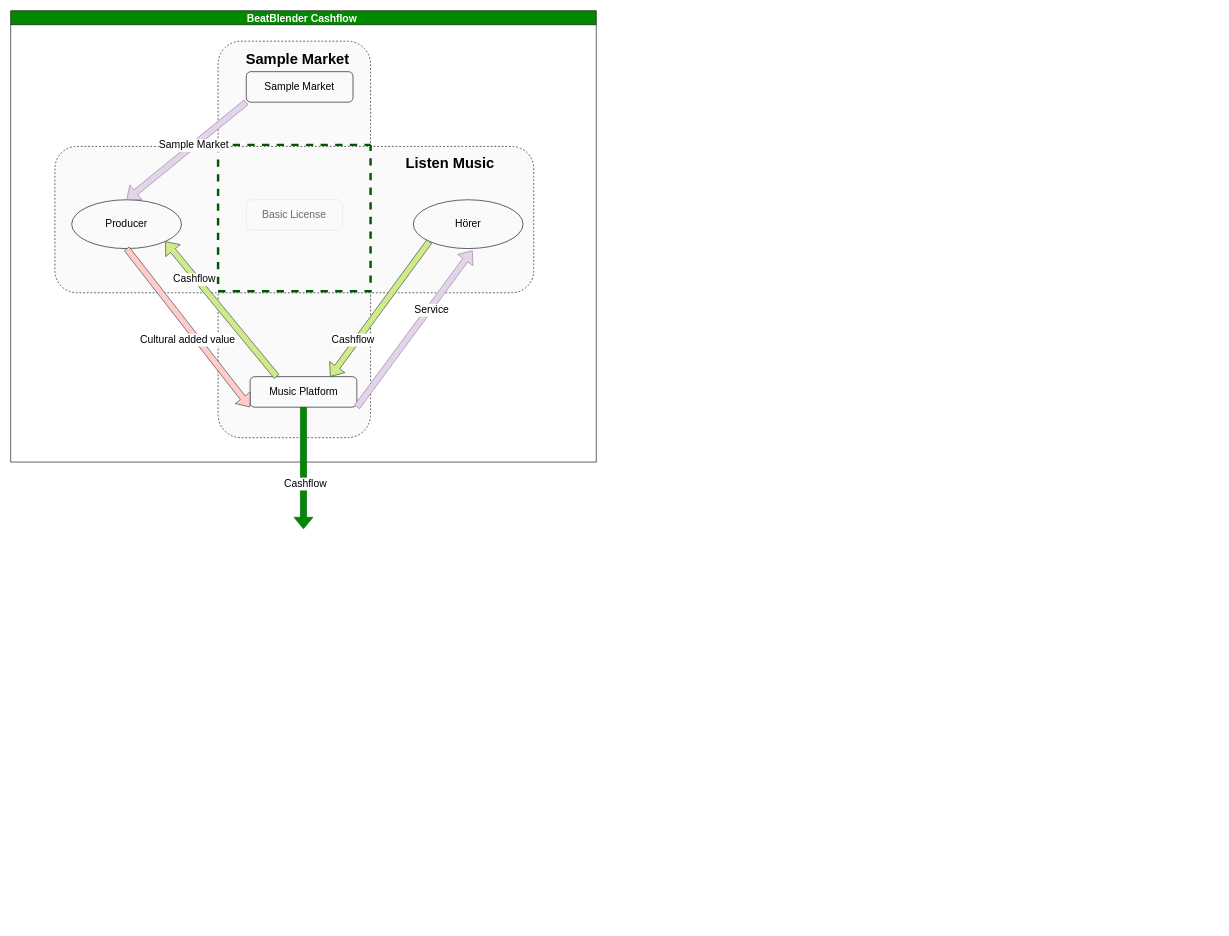
Above: page "Cashflow" (23 of 25) of beatblender_diagrams.drawio in maximilian-mintchev/Diagrams (draw.io), before the change. Source tidied: cells renumbered, new cells numbered last; positions are measured from the earlier drawing's top-left corner, leaving out a move shared by most shapes. Both pictures are drawn from the tidied source at 61%, with x=0, y=0 at pixel (10, -20).
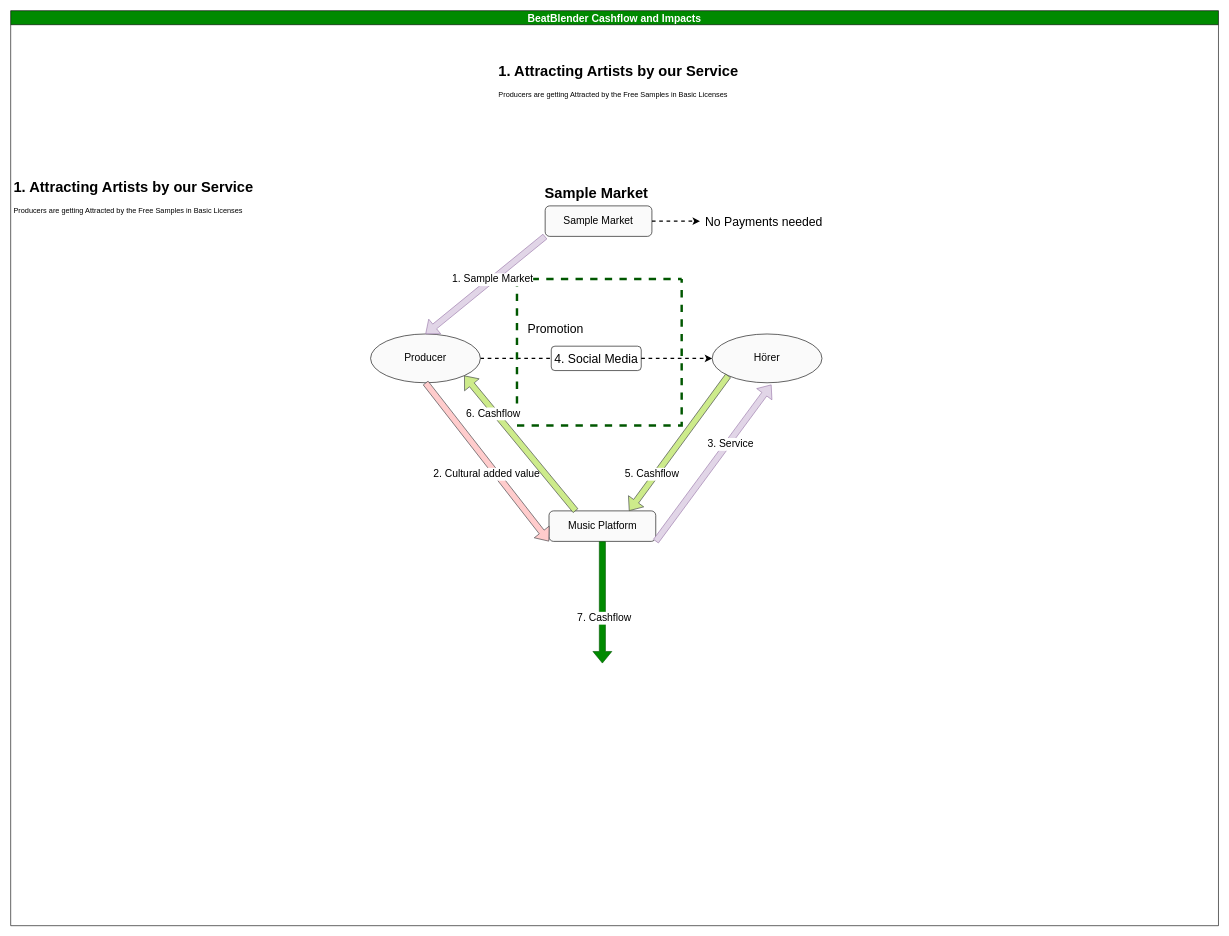
The same diagram, later.

The change refers to these unchanged cells:
```xml
<mxCell id="10" style="shape=flexArrow;endArrow=classic;html=1;fontSize=17;exitX=0.5;exitY=1;exitDx=0;exitDy=0;entryX=0;entryY=1;entryDx=0;entryDy=0;fillColor=#ffcccc;strokeColor=#36393d;" parent="2" edge="1" source="8" target="7">
  <mxGeometry relative="1" as="geometry" />
</mxCell>
<mxCell id="12" style="shape=flexArrow;endArrow=classic;html=1;fontSize=17;exitX=1;exitY=1;exitDx=0;exitDy=0;entryX=0.539;entryY=1.038;entryDx=0;entryDy=0;fillColor=#e1d5e7;strokeColor=#9673a6;entryPerimeter=0;" parent="2" edge="1" source="7" target="9">
  <mxGeometry relative="1" as="geometry" />
</mxCell>
<mxCell id="16" style="shape=flexArrow;endArrow=classic;html=1;fontSize=17;exitX=0.25;exitY=0;exitDx=0;exitDy=0;entryX=1;entryY=1;entryDx=0;entryDy=0;fillColor=#cdeb8b;strokeColor=#36393d;" parent="2" edge="1" source="7" target="8">
  <mxGeometry relative="1" as="geometry" />
</mxCell>
<mxCell id="18" style="shape=flexArrow;endArrow=classic;html=1;fontSize=17;exitX=0;exitY=1;exitDx=0;exitDy=0;entryX=0.75;entryY=0;entryDx=0;entryDy=0;fillColor=#cdeb8b;strokeColor=#36393d;" parent="2" edge="1" source="9" target="7">
  <mxGeometry relative="1" as="geometry" />
</mxCell>
<mxCell id="20" style="shape=flexArrow;endArrow=classic;html=1;fontSize=17;exitX=0;exitY=1;exitDx=0;exitDy=0;entryX=0.5;entryY=0;entryDx=0;entryDy=0;fillColor=#e1d5e7;strokeColor=#9673a6;" parent="2" edge="1" source="22" target="8">
  <mxGeometry relative="1" as="geometry" />
</mxCell>
```

The edit, as a diff of the source:
```diff
@@
-    <mxCell id="2" value="BeatBlender Cashflow " style="swimlane;shadow=0;sketch=0;fontSize=17;fillColor=#008a00;fontColor=#ffffff;" parent="1" vertex="1">
-      <mxGeometry y="50" width="960" height="740" as="geometry" />
+    <mxCell id="2" value="BeatBlender Cashflow and Impacts" style="swimlane;shadow=0;sketch=0;fontSize=17;fontColor=#ffffff;fillColor=#008A00;swimlaneFillColor=none;" parent="1" vertex="1">
+      <mxGeometry y="50" width="1980" height="1500" as="geometry" />
     </mxCell>
-    <mxCell id="3" style="rounded=1;whiteSpace=wrap;html=1;shadow=0;sketch=0;fontSize=17;fillColor=#FAFAFA;dashed=1;" parent="2" vertex="1">
-      <mxGeometry x="340" y="50" width="250" height="650" as="geometry" />
-    </mxCell>
-    <mxCell id="4" style="rounded=1;whiteSpace=wrap;html=1;shadow=0;sketch=0;fontSize=17;fillColor=#FAFAFA;dashed=1;rotation=90;" parent="2" vertex="1">
-      <mxGeometry x="345" y="-50" width="240" height="785" as="geometry" />
-    </mxCell>
-    <mxCell id="5" value="Listen Music" style="text;strokeColor=none;fillColor=none;html=1;fontSize=24;fontStyle=1;verticalAlign=middle;align=center;shadow=0;dashed=1;sketch=0;" parent="2" vertex="1">
-      <mxGeometry x="670" y="230" width="100" height="40" as="geometry" />
-    </mxCell>
     <mxCell id="6" value="Sample Market" style="text;strokeColor=none;fillColor=none;html=1;fontSize=24;fontStyle=1;verticalAlign=middle;align=center;shadow=0;dashed=1;sketch=0;" parent="2" vertex="1">
-      <mxGeometry x="420" y="60" width="100" height="40" as="geometry" />
+      <mxGeometry x="910" y="280" width="100" height="40" as="geometry" />
     </mxCell>
     <mxCell id="7" value="Music Platform" style="rounded=1;whiteSpace=wrap;html=1;shadow=0;sketch=0;fontSize=17;fillColor=#FAFAFA;" parent="2" vertex="1">
-      <mxGeometry x="392.5" y="600" width="175" height="50" as="geometry" />
+      <mxGeometry x="882.5" y="820" width="175" height="50" as="geometry" />
     </mxCell>
+    <mxCell id="25" style="edgeStyle=orthogonalEdgeStyle;rounded=0;jettySize=auto;html=1;dashed=1;fontSize=20;strokeWidth=2;" parent="2" edge="1" source="8">
+      <mxGeometry relative="1" as="geometry">
+        <mxPoint x="920" y="570" as="targetPoint" />
+      </mxGeometry>
+    </mxCell>
+    <mxCell id="26" value="Promotion" style="edgeLabel;html=1;align=center;verticalAlign=middle;fontSize=20;" parent="25" vertex="1">
+      <mxGeometry x="-0.27" relative="1" as="geometry">
+        <mxPoint x="67" y="-50" as="offset" />
+      </mxGeometry>
+    </mxCell>
     <mxCell id="8" value="Producer" style="ellipse;whiteSpace=wrap;html=1;shadow=0;sketch=0;fontSize=17;fillColor=#FAFAFA;" parent="2" vertex="1">
-      <mxGeometry x="100" y="310" width="180" height="80" as="geometry" />
+      <mxGeometry x="590" y="530" width="180" height="80" as="geometry" />
     </mxCell>
     <mxCell id="9" value="Hörer" style="ellipse;whiteSpace=wrap;html=1;shadow=0;sketch=0;fontSize=17;fillColor=#FAFAFA;" parent="2" vertex="1">
-      <mxGeometry x="660" y="310" width="180" height="80" as="geometry" />
+      <mxGeometry x="1150" y="530" width="180" height="80" as="geometry" />
     </mxCell>
@@
-    <mxCell id="11" value="Cultural added value" style="edgeLabel;html=1;align=center;verticalAlign=middle;fontSize=17;" parent="10" vertex="1">
+    <mxCell id="11" value="2. Cultural added value" style="edgeLabel;html=1;align=center;verticalAlign=middle;fontSize=17;" parent="10" vertex="1">
       <mxGeometry x="0.27" y="2" relative="1" as="geometry">
         <mxPoint x="-31" y="-14" as="offset" />
       </mxGeometry>
     </mxCell>
@@
-    <mxCell id="13" value="Service" style="edgeLabel;html=1;align=center;verticalAlign=middle;fontSize=17;" parent="12" vertex="1">
+    <mxCell id="13" value="3. Service" style="edgeLabel;html=1;align=center;verticalAlign=middle;fontSize=17;" parent="12" vertex="1">
       <mxGeometry x="-0.22" relative="1" as="geometry">
         <mxPoint x="48" y="-59" as="offset" />
       </mxGeometry>
     </mxCell>
     <mxCell id="14" style="swimlane;startSize=0;shadow=0;sketch=0;fontSize=17;fillColor=#008a00;strokeColor=#005700;fontColor=#ffffff;dashed=1;strokeWidth=4;" parent="2" vertex="1">
-      <mxGeometry x="340" y="220" width="250" height="240" as="geometry" />
+      <mxGeometry x="830" y="440" width="270" height="240" as="geometry" />
     </mxCell>
-    <mxCell id="15" value="&lt;font color=&quot;#6a6c74&quot;&gt;Basic License&lt;/font&gt;" style="text;html=1;fillColor=none;align=center;verticalAlign=middle;whiteSpace=wrap;rounded=1;shadow=0;sketch=0;fontSize=17;strokeColor=#000000;glass=1;opacity=10;" parent="2" vertex="1">
-      <mxGeometry x="386.2" y="310" width="157.5" height="50" as="geometry" />
-    </mxCell>
+    <mxCell id="27" value="&lt;font style=&quot;font-size: 20px&quot;&gt;4. Social Media&lt;/font&gt;" style="rounded=1;whiteSpace=wrap;html=1;fillColor=#FFFFFF;" parent="14" vertex="1">
+      <mxGeometry x="56.2" y="110" width="147.5" height="40" as="geometry" />
+    </mxCell>
@@
-    <mxCell id="17" value="Cashflow" style="edgeLabel;html=1;align=center;verticalAlign=middle;fontSize=17;" parent="16" vertex="1">
+    <mxCell id="17" value="6. Cashflow" style="edgeLabel;html=1;align=center;verticalAlign=middle;fontSize=17;" parent="16" vertex="1">
       <mxGeometry x="0.27" y="2" relative="1" as="geometry">
         <mxPoint x="-18" y="-20" as="offset" />
       </mxGeometry>
     </mxCell>
@@
-    <mxCell id="19" value="Cashflow" style="edgeLabel;html=1;align=center;verticalAlign=middle;fontSize=17;" parent="18" vertex="1">
+    <mxCell id="19" value="5. Cashflow" style="edgeLabel;html=1;align=center;verticalAlign=middle;fontSize=17;" parent="18" vertex="1">
       <mxGeometry x="0.27" y="2" relative="1" as="geometry">
         <mxPoint x="-24" y="19" as="offset" />
       </mxGeometry>
     </mxCell>
@@
-    <mxCell id="21" value="Sample Market" style="edgeLabel;html=1;align=center;verticalAlign=middle;fontSize=17;" parent="20" vertex="1">
+    <mxCell id="21" value="1. Sample Market" style="edgeLabel;html=1;align=center;verticalAlign=middle;fontSize=17;" parent="20" vertex="1">
       <mxGeometry x="0.27" y="2" relative="1" as="geometry">
         <mxPoint x="37" y="-33" as="offset" />
       </mxGeometry>
     </mxCell>
+    <mxCell id="28" style="edgeStyle=orthogonalEdgeStyle;rounded=0;jettySize=auto;html=1;dashed=1;fontSize=20;strokeWidth=2;" parent="2" edge="1" source="22" target="32">
+      <mxGeometry relative="1" as="geometry" />
+    </mxCell>
     <mxCell id="22" value="Sample Market" style="rounded=1;whiteSpace=wrap;html=1;shadow=0;sketch=0;fontSize=17;fillColor=#FAFAFA;" parent="2" vertex="1">
-      <mxGeometry x="386.2" y="100" width="175" height="50" as="geometry" />
+      <mxGeometry x="876.2" y="320" width="175" height="50" as="geometry" />
     </mxCell>
+    <mxCell id="29" value="&lt;h1&gt;1. Attracting Artists by our Service&lt;/h1&gt;&lt;p&gt;Producers are getting Attracted by the Free Samples in Basic Licenses&lt;/p&gt;" style="text;html=1;strokeColor=none;fillColor=none;spacing=5;spacingTop=-20;whiteSpace=wrap;overflow=hidden;rounded=0;" parent="2" vertex="1">
+      <mxGeometry x="795" y="80" width="475" height="90" as="geometry" />
+    </mxCell>
+    <mxCell id="30" value="&lt;h1&gt;1. Attracting Artists by our Service&lt;/h1&gt;&lt;p&gt;Producers are getting Attracted by the Free Samples in Basic Licenses&lt;/p&gt;" style="text;html=1;strokeColor=none;fillColor=none;spacing=5;spacingTop=-20;whiteSpace=wrap;overflow=hidden;rounded=0;" parent="2" vertex="1">
+      <mxGeometry y="270" width="475" height="90" as="geometry" />
+    </mxCell>
+    <mxCell id="31" style="edgeStyle=orthogonalEdgeStyle;rounded=0;jettySize=auto;html=1;dashed=1;fontSize=20;strokeWidth=2;" parent="2" edge="1" source="27" target="9">
+      <mxGeometry relative="1" as="geometry" />
+    </mxCell>
-    <mxCell id="23" style="shape=flexArrow;endArrow=classic;html=1;fontSize=17;fillColor=#008a00;strokeColor=#005700;" parent="1" edge="1">
+    <mxCell id="23" style="shape=flexArrow;endArrow=classic;html=1;fontSize=17;fillColor=#008a00;strokeColor=#005700;exitX=0.5;exitY=1;exitDx=0;exitDy=0;" parent="2" edge="1" source="7">
       <mxGeometry relative="1" as="geometry">
-        <mxPoint x="480" y="700" as="sourcePoint" />
-        <mxPoint x="480" y="900" as="targetPoint" />
+        <mxPoint x="970" y="1070" as="targetPoint" />
       </mxGeometry>
     </mxCell>
-    <mxCell id="24" value="Cashflow" style="edgeLabel;html=1;align=center;verticalAlign=middle;fontSize=17;" parent="23" vertex="1">
+    <mxCell id="24" value="7. Cashflow" style="edgeLabel;html=1;align=center;verticalAlign=middle;fontSize=17;" parent="23" vertex="1">
       <mxGeometry x="0.25" y="2" relative="1" as="geometry" />
     </mxCell>
+    <mxCell id="32" value="No Payments needed" style="text;html=1;strokeColor=none;fillColor=none;align=center;verticalAlign=middle;whiteSpace=wrap;rounded=0;fontSize=20;" parent="2" vertex="1">
+      <mxGeometry x="1130" y="335" width="210" height="20" as="geometry" />
+    </mxCell>
```
